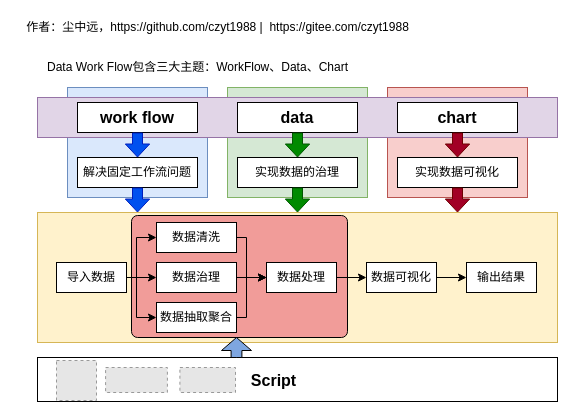
Before: doc/about-data-work-flow.drawio in czyt1988/data-workbench, a draw.io diagram. Source tidied: cells renumbered, new cells numbered last; positions are measured from the earlier drawing's top-left corner, leaving out a move shared by most shapes. Both pictures are drawn from the tidied source at 100%, with x=0, y=0 at pixel (17, 17). Pictures stored in the file or linked from it are replaced by grey dashed boxes.
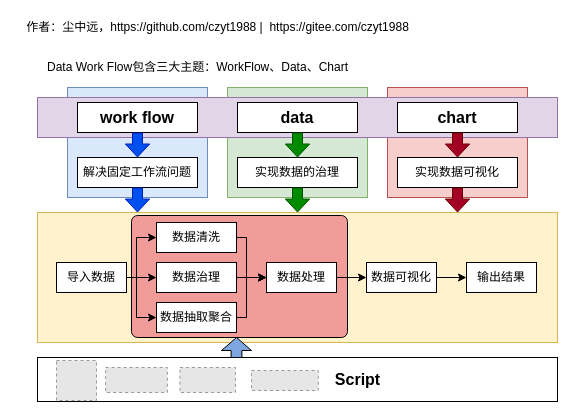
The same page after the edit.

The edit, as a diff of the source:
```diff
@@
     <mxCell id="42" value="Script" style="text;html=1;align=center;verticalAlign=middle;strokeColor=none;fillColor=none;fontStyle=1;fontFamily=Helvetica;fontSize=16;fontColor=default;" parent="1" vertex="1">
-      <mxGeometry x="226" y="348" width="60" height="30" as="geometry" />
+      <mxGeometry x="310" y="347" width="60" height="30" as="geometry" />
     </mxCell>
@@
+    <mxCell id="44" style="fillColor=#E6E6E6;strokeColor=#999999;dashed=1;verticalLabelPosition=bottom;labelBackgroundColor=default;verticalAlign=top;" parent="1" vertex="1">
+      <mxGeometry x="234" y="353" width="66.8" height="20" as="geometry" />
+    </mxCell>
```
